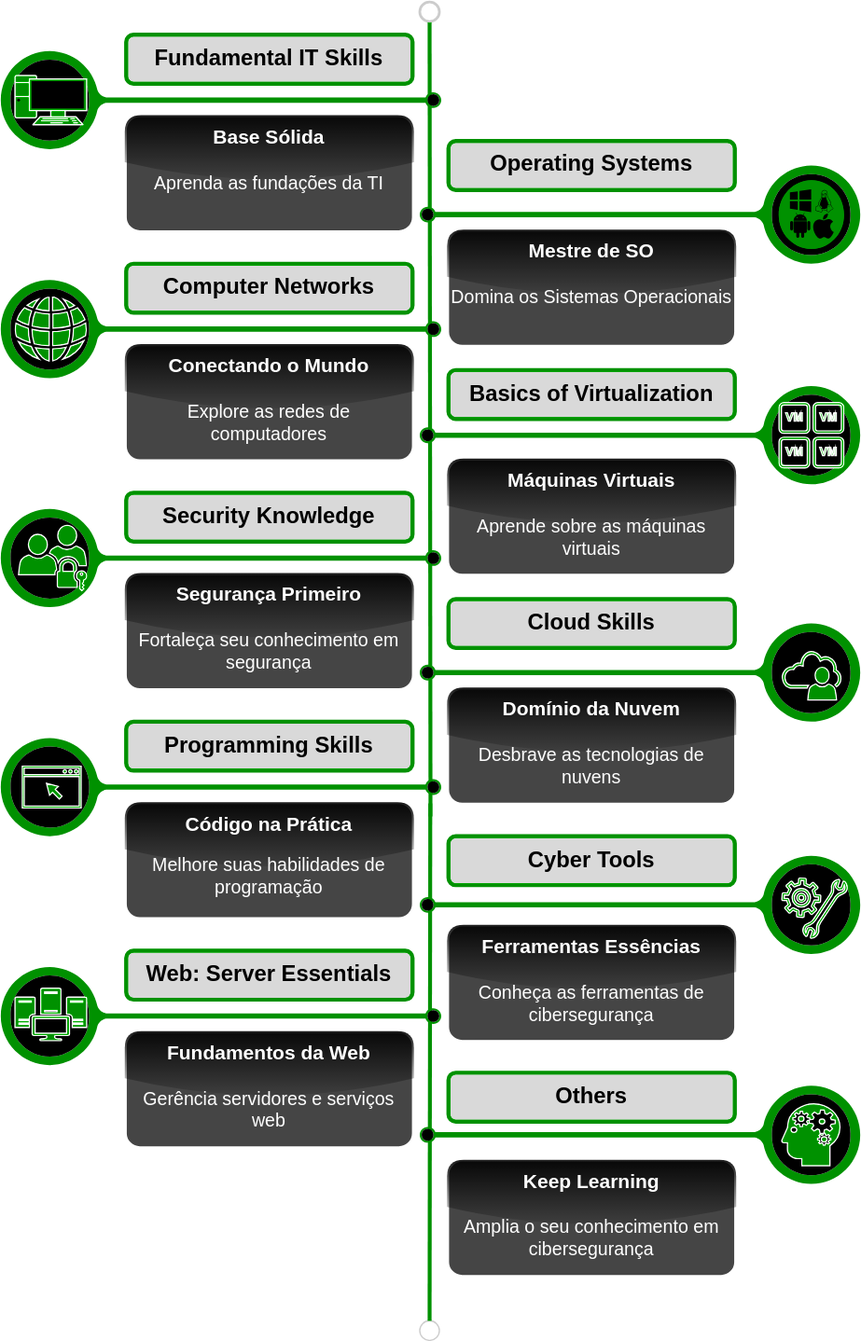
Above: imagens/road.svg in johnwillian219/Cybersecurity (draw.io), before the change. Source tidied: cells renumbered, new cells last; positions are measured from the earlier drawing's top-left corner, leaving out a move shared by most shapes.
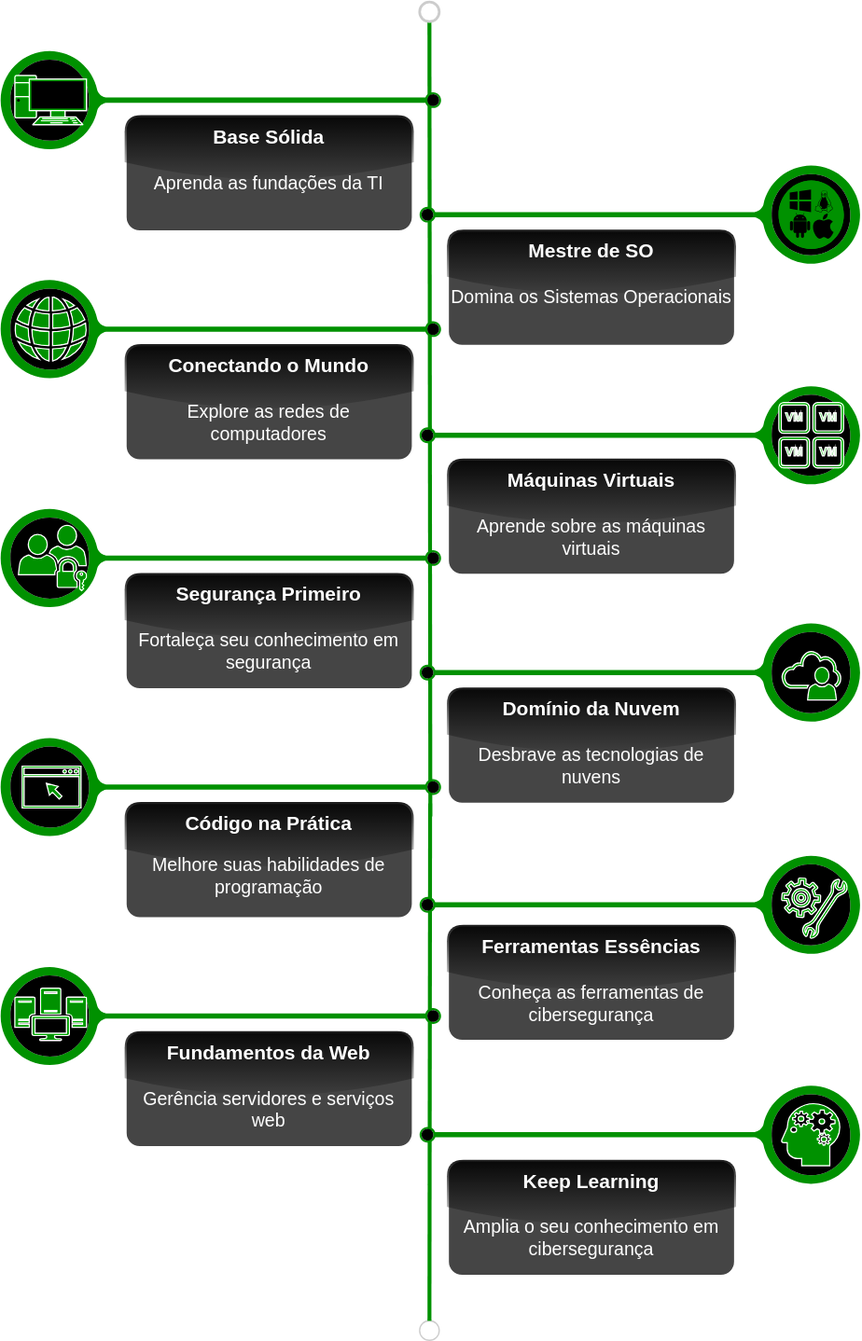
The same file after the commit.

The edit, as a diff of the source:
```diff
@@ -22,24 +22,6 @@
     <mxCell id="7" style="verticalLabelPosition=middle;verticalAlign=middle;html=1;shape=mxgraph.infographic.circularCallout2;dy=15;strokeColor=#00FF00;labelPosition=center;align=center;fontColor=#10739E;fontStyle=1;fontSize=24;shadow=0;direction=north;flipH=1;" parent="1" vertex="1">
       <mxGeometry x="320.8" y="476" width="337.2" height="75.2" as="geometry" />
     </mxCell>
-    <mxCell id="8" value="&lt;font style=&quot;font-size: 17px;&quot;&gt;Fundamental IT Skills&lt;/font&gt;" style="fillColor=#262626;strokecolor=none;rounded=1;fontColor=#FFFFFF;strokeColor=#00FF00;fontStyle=1;fontSize=14;whiteSpace=wrap;html=1;glass=0;strokeWidth=3;" parent="1" vertex="1">
-      <mxGeometry x="96" y="25.1" width="219.3" height="37.6" as="geometry" />
-    </mxCell>
-    <mxCell id="9" value="&lt;font style=&quot;font-size: 17px;&quot;&gt;Operating Systems&lt;/font&gt;" style="fillColor=#262626;strokecolor=none;rounded=1;fontColor=#FFFFFF;strokeColor=#00FF00;fontStyle=1;fontSize=14;whiteSpace=wrap;html=1;shadow=0;glass=0;strokeWidth=3;" parent="1" vertex="1">
-      <mxGeometry x="342.7" y="106.5" width="219.3" height="37.6" as="geometry" />
-    </mxCell>
-    <mxCell id="10" value="&lt;font style=&quot;font-size: 17px;&quot;&gt;Computer Networks&lt;/font&gt;" style="fillColor=#262626;strokecolor=none;rounded=1;fontColor=#FFFFFF;strokeColor=#00FF00;fontStyle=1;fontSize=14;whiteSpace=wrap;html=1;glass=0;strokeWidth=3;" parent="1" vertex="1">
-      <mxGeometry x="96" y="200.4" width="219.3" height="37.6" as="geometry" />
-    </mxCell>
-    <mxCell id="11" value="&lt;font style=&quot;font-size: 17px;&quot;&gt;Basics of Virtualization&lt;/font&gt;" style="fillColor=#262626;strokecolor=none;rounded=1;fontColor=#FFFFFF;strokeColor=#00FF00;fontStyle=1;fontSize=14;whiteSpace=wrap;html=1;glass=0;strokeWidth=3;" parent="1" vertex="1">
-      <mxGeometry x="342.7" y="281.8" width="219.3" height="37.6" as="geometry" />
-    </mxCell>
-    <mxCell id="12" value="&lt;font style=&quot;font-size: 17px;&quot;&gt;Security Knowledge&lt;/font&gt;" style="fillColor=#262626;strokecolor=none;rounded=1;fontColor=#FFFFFF;strokeColor=#00FF00;fontStyle=1;fontSize=14;whiteSpace=wrap;html=1;glass=0;strokeWidth=3;" parent="1" vertex="1">
-      <mxGeometry x="96" y="375.8" width="219.3" height="37.6" as="geometry" />
-    </mxCell>
-    <mxCell id="13" value="&lt;font style=&quot;font-size: 17px;&quot;&gt;Cloud Skills&lt;/font&gt;" style="fillColor=#262626;strokecolor=none;rounded=1;fontColor=#FFFFFF;strokeColor=#00FF00;fontStyle=1;fontSize=14;whiteSpace=wrap;html=1;glass=0;strokeWidth=3;" parent="1" vertex="1">
-      <mxGeometry x="342.7" y="457.2" width="219.3" height="37.6" as="geometry" />
-    </mxCell>
     <mxCell id="14" value="&lt;font style=&quot;font-size: 15px;&quot;&gt;&lt;b style=&quot;&quot;&gt;&lt;font style=&quot;font-size: 15px;&quot;&gt;Base Sólida&lt;/font&gt;&lt;br&gt;&lt;/b&gt;&lt;font style=&quot;font-size: 15px;&quot;&gt;&lt;br&gt;&lt;/font&gt;&lt;/font&gt;&lt;div&gt;&lt;font style=&quot;&quot;&gt;&lt;font style=&quot;font-size: 14px;&quot;&gt;Aprenda as fundações da TI&lt;/font&gt;&lt;/font&gt;&lt;/div&gt;" style="rounded=1;strokeColor=#000000;fillColor=#BABABA;align=center;arcSize=12;verticalAlign=top;whiteSpace=wrap;html=1;fontSize=12;glass=1;" parent="1" vertex="1">
       <mxGeometry x="96" y="87.7" width="219.3" height="87.7" as="geometry" />
     </mxCell>
@@ -69,9 +51,6 @@
         <mxPoint x="328.8" y="613.8" as="sourcePoint" />
       </mxGeometry>
     </mxCell>
-    <mxCell id="23" value="&lt;font style=&quot;font-size: 17px;&quot;&gt;Programming Skills&lt;/font&gt;" style="fillColor=#262626;strokecolor=none;rounded=1;fontColor=#FFFFFF;strokeColor=#00FF00;fontStyle=1;fontSize=14;whiteSpace=wrap;html=1;glass=0;strokeWidth=3;" parent="1" vertex="1">
-      <mxGeometry x="96" y="551.2" width="219.3" height="37.6" as="geometry" />
-    </mxCell>
     <mxCell id="24" value="&lt;font style=&quot;&quot;&gt;&lt;font style=&quot;font-size: 15px;&quot;&gt;&lt;b style=&quot;&quot;&gt;Código na Prática&lt;/b&gt;&lt;/font&gt;&lt;br&gt;&lt;br&gt;&lt;font style=&quot;font-size: 14px;&quot;&gt;Melhore suas habilidades de programação&lt;/font&gt;&lt;/font&gt;" style="rounded=1;strokeColor=#000000;fillColor=#BABABA;align=center;arcSize=12;verticalAlign=top;whiteSpace=wrap;html=1;fontSize=12;glass=1;" parent="1" vertex="1">
       <mxGeometry x="96" y="613.8" width="219.3" height="87.7" as="geometry" />
     </mxCell>
@@ -81,9 +60,6 @@
     <mxCell id="26" style="verticalLabelPosition=middle;verticalAlign=middle;html=1;shape=mxgraph.infographic.circularCallout2;dy=15;strokeColor=#00FF00;labelPosition=center;align=center;fontColor=#10739E;fontStyle=1;fontSize=24;shadow=0;direction=north;flipH=1;" parent="1" vertex="1">
       <mxGeometry x="320.8" y="653.9" width="337.2" height="75.2" as="geometry" />
     </mxCell>
-    <mxCell id="27" value="&lt;font style=&quot;font-size: 17px;&quot;&gt;Web: Server Essentials&lt;/font&gt;" style="fillColor=#262626;strokecolor=none;rounded=1;fontColor=#FFFFFF;strokeColor=#00FF00;fontStyle=1;fontSize=14;whiteSpace=wrap;html=1;glass=0;strokeWidth=3;" parent="1" vertex="1">
-      <mxGeometry x="96" y="726.5" width="219.3" height="37.6" as="geometry" />
-    </mxCell>
     <mxCell id="28" value="&lt;font style=&quot;font-size: 15px;&quot;&gt;&lt;font style=&quot;font-size: 15px;&quot;&gt;&lt;b style=&quot;&quot;&gt;Fundamentos da Web&lt;/b&gt;&lt;/font&gt;&lt;br&gt;&lt;font style=&quot;font-size: 15px;&quot;&gt;&lt;br&gt;&lt;/font&gt;&lt;/font&gt;&lt;div&gt;&lt;font style=&quot;&quot;&gt;&lt;font style=&quot;font-size: 14px;&quot;&gt;Gerência servidores e serviços web&lt;/font&gt;&lt;/font&gt;&lt;/div&gt;" style="rounded=1;strokeColor=#000000;fillColor=#BABABA;align=center;arcSize=12;verticalAlign=top;whiteSpace=wrap;html=1;fontSize=12;glass=1;" parent="1" vertex="1">
       <mxGeometry x="96" y="789.2" width="219.3" height="87.7" as="geometry" />
     </mxCell>
@@ -129,12 +105,6 @@
     <mxCell id="42" style="shape=mxgraph.signs.healthcare.mental_health;html=1;fillColor=#00FF00;strokeColor=default;verticalLabelPosition=bottom;verticalAlign=top;align=center;sketch=0;" parent="1" vertex="1">
       <mxGeometry x="598" y="843.9" width="44.5" height="47.4" as="geometry" />
     </mxCell>
-    <mxCell id="43" value="&lt;font style=&quot;font-size: 17px;&quot;&gt;Cyber Tools&lt;/font&gt;" style="fillColor=#262626;strokecolor=none;rounded=1;fontColor=#FFFFFF;strokeColor=#00FF00;fontStyle=1;fontSize=14;whiteSpace=wrap;html=1;glass=0;strokeWidth=3;" parent="1" vertex="1">
-      <mxGeometry x="342.7" y="638.9" width="219.3" height="37.6" as="geometry" />
-    </mxCell>
-    <mxCell id="44" value="&lt;font style=&quot;font-size: 17px;&quot;&gt;Others&lt;/font&gt;" style="fillColor=#262626;strokecolor=none;rounded=1;fontColor=#FFFFFF;strokeColor=#00FF00;fontStyle=1;fontSize=14;whiteSpace=wrap;html=1;glass=0;strokeWidth=3;" parent="1" vertex="1">
-      <mxGeometry x="342.7" y="820" width="219.3" height="37.6" as="geometry" />
-    </mxCell>
     <mxCell id="45" style="fillColor=#00FF00;verticalLabelPosition=bottom;sketch=0;html=1;strokeColor=#ffffff;verticalAlign=top;align=center;shape=mxgraph.cisco_safe.compositeIcon;bgIcon=ellipse;resIcon=mxgraph.cisco_safe.capability.standardized_system_images;" parent="1" vertex="1">
       <mxGeometry x="595.6" y="136.6" width="50" height="52.6" as="geometry" />
     </mxCell>
```
